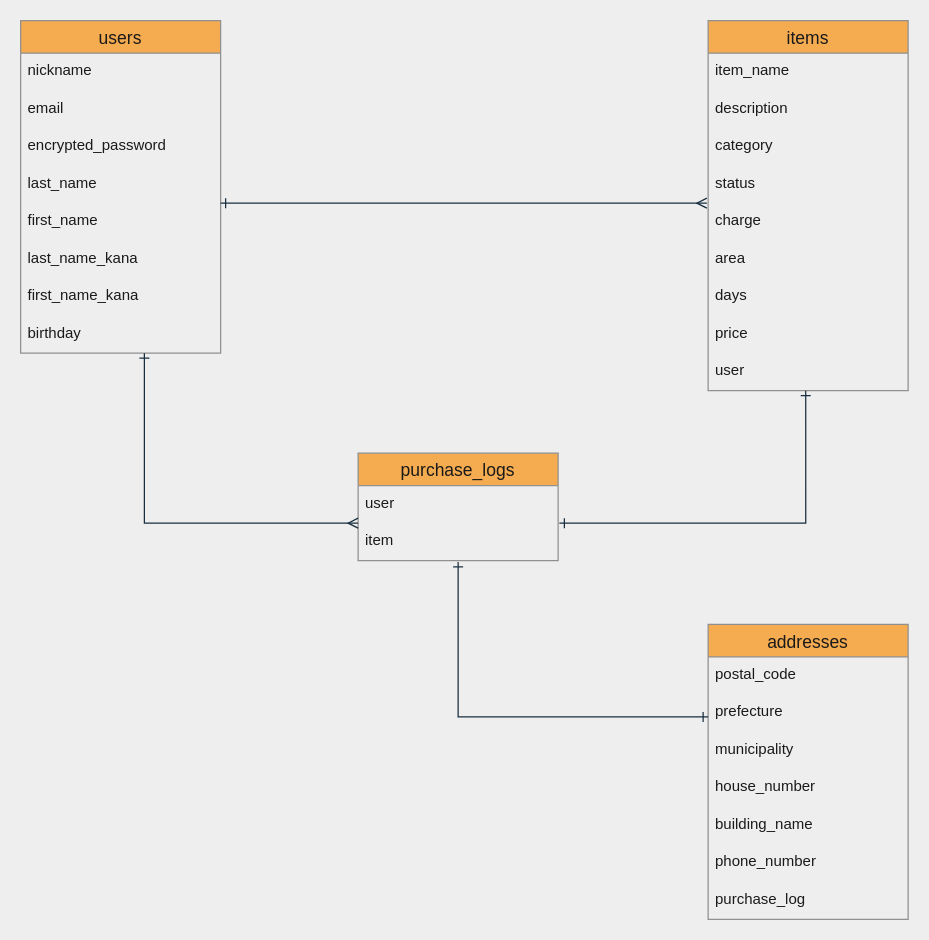
The draw.io diagram er_fig.dio in tekkotekko/furima-34327, before the edit. Source tidied: cells renumbered, new cells numbered last; positions are measured from the earlier drawing's top-left corner, leaving out a move shared by most shapes. Both pictures are drawn from the tidied source at 125%, with x=0, y=0 at pixel (20, 20).
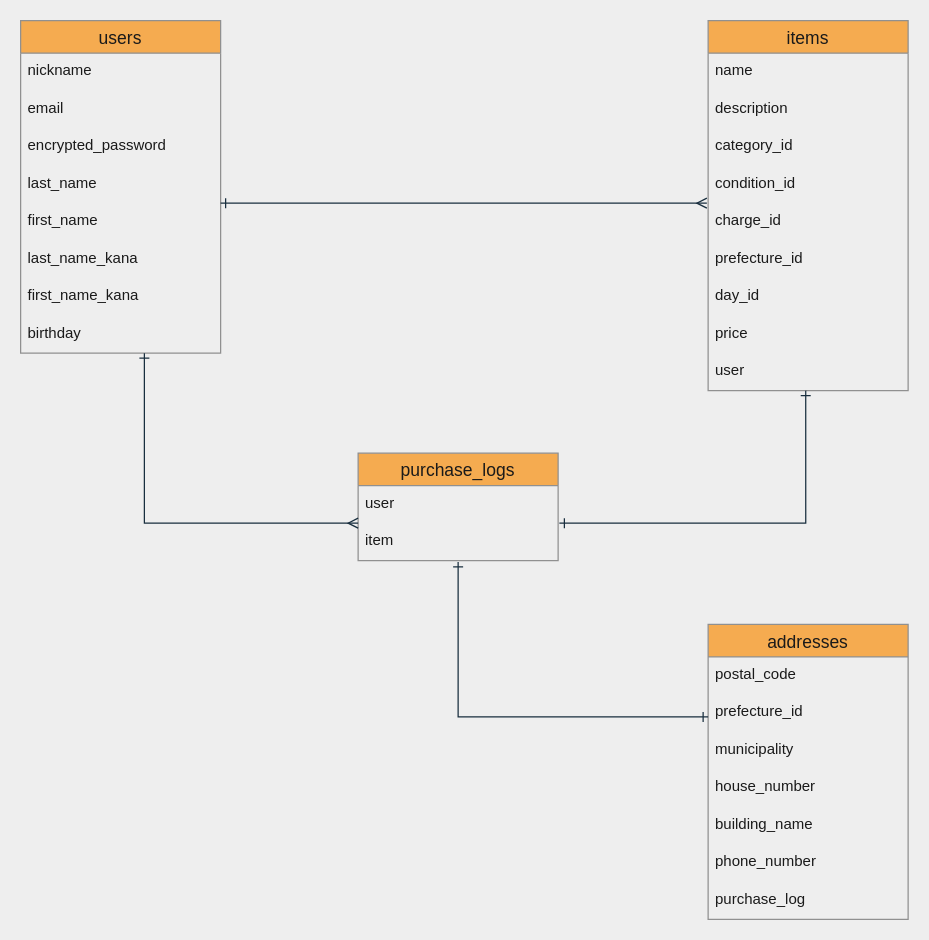
Above is the later version.

Unchanged cells that the change refers to:
```xml
<mxCell id="11" value="items" style="swimlane;fontStyle=0;horizontal=1;startSize=26;align=center;fontSize=14;fillColor=#F5AB50;strokeColor=#909090;fontColor=#1A1A1A;" parent="1" vertex="1">
  <mxGeometry x="550" width="160" height="296" as="geometry" />
</mxCell>
<mxCell id="24" value="addresses" style="swimlane;fontStyle=0;horizontal=1;startSize=26;align=center;fontSize=14;fillColor=#F5AB50;strokeColor=#909090;fontColor=#1A1A1A;" parent="1" vertex="1">
  <mxGeometry x="550" y="483" width="160" height="236" as="geometry" />
</mxCell>
```

Change to the diagram source:
```diff
@@
-    <mxCell id="12" value="item_name" style="text;strokeColor=none;fillColor=none;spacingLeft=4;spacingRight=4;overflow=hidden;fontSize=12;fontColor=#1A1A1A;" parent="11" vertex="1">
+    <mxCell id="12" value="name" style="text;strokeColor=none;fillColor=none;spacingLeft=4;spacingRight=4;overflow=hidden;fontSize=12;fontColor=#1A1A1A;" parent="11" vertex="1">
       <mxGeometry y="26" width="160" height="30" as="geometry" />
     </mxCell>
@@
-    <mxCell id="14" value="category" style="text;strokeColor=none;fillColor=none;spacingLeft=4;spacingRight=4;overflow=hidden;fontSize=12;fontColor=#1A1A1A;" parent="11" vertex="1">
+    <mxCell id="14" value="category_id" style="text;strokeColor=none;fillColor=none;spacingLeft=4;spacingRight=4;overflow=hidden;fontSize=12;fontColor=#1A1A1A;" parent="11" vertex="1">
       <mxGeometry y="86" width="160" height="30" as="geometry" />
     </mxCell>
-    <mxCell id="15" value="status" style="text;strokeColor=none;fillColor=none;spacingLeft=4;spacingRight=4;overflow=hidden;fontSize=12;fontColor=#1A1A1A;" parent="11" vertex="1">
+    <mxCell id="15" value="condition_id" style="text;strokeColor=none;fillColor=none;spacingLeft=4;spacingRight=4;overflow=hidden;fontSize=12;fontColor=#1A1A1A;" parent="11" vertex="1">
       <mxGeometry y="116" width="160" height="30" as="geometry" />
     </mxCell>
-    <mxCell id="16" value="charge" style="text;strokeColor=none;fillColor=none;spacingLeft=4;spacingRight=4;overflow=hidden;fontSize=12;fontColor=#1A1A1A;" parent="11" vertex="1">
+    <mxCell id="16" value="charge_id" style="text;strokeColor=none;fillColor=none;spacingLeft=4;spacingRight=4;overflow=hidden;fontSize=12;fontColor=#1A1A1A;" parent="11" vertex="1">
       <mxGeometry y="146" width="160" height="30" as="geometry" />
     </mxCell>
-    <mxCell id="17" value="area" style="text;strokeColor=none;fillColor=none;spacingLeft=4;spacingRight=4;overflow=hidden;fontSize=12;fontColor=#1A1A1A;" parent="11" vertex="1">
+    <mxCell id="17" value="prefecture_id" style="text;strokeColor=none;fillColor=none;spacingLeft=4;spacingRight=4;overflow=hidden;fontSize=12;fontColor=#1A1A1A;" parent="11" vertex="1">
       <mxGeometry y="176" width="160" height="30" as="geometry" />
     </mxCell>
-    <mxCell id="18" value="days" style="text;strokeColor=none;fillColor=none;spacingLeft=4;spacingRight=4;overflow=hidden;fontSize=12;fontColor=#1A1A1A;" parent="11" vertex="1">
+    <mxCell id="18" value="day_id" style="text;strokeColor=none;fillColor=none;spacingLeft=4;spacingRight=4;overflow=hidden;fontSize=12;fontColor=#1A1A1A;" parent="11" vertex="1">
       <mxGeometry y="206" width="160" height="30" as="geometry" />
     </mxCell>
@@
-    <mxCell id="26" value="prefecture" style="text;strokeColor=none;fillColor=none;spacingLeft=4;spacingRight=4;overflow=hidden;fontSize=12;fontColor=#1A1A1A;" parent="24" vertex="1">
+    <mxCell id="26" value="prefecture_id" style="text;strokeColor=none;fillColor=none;spacingLeft=4;spacingRight=4;overflow=hidden;fontSize=12;fontColor=#1A1A1A;" parent="24" vertex="1">
       <mxGeometry y="56" width="160" height="30" as="geometry" />
     </mxCell>
```
